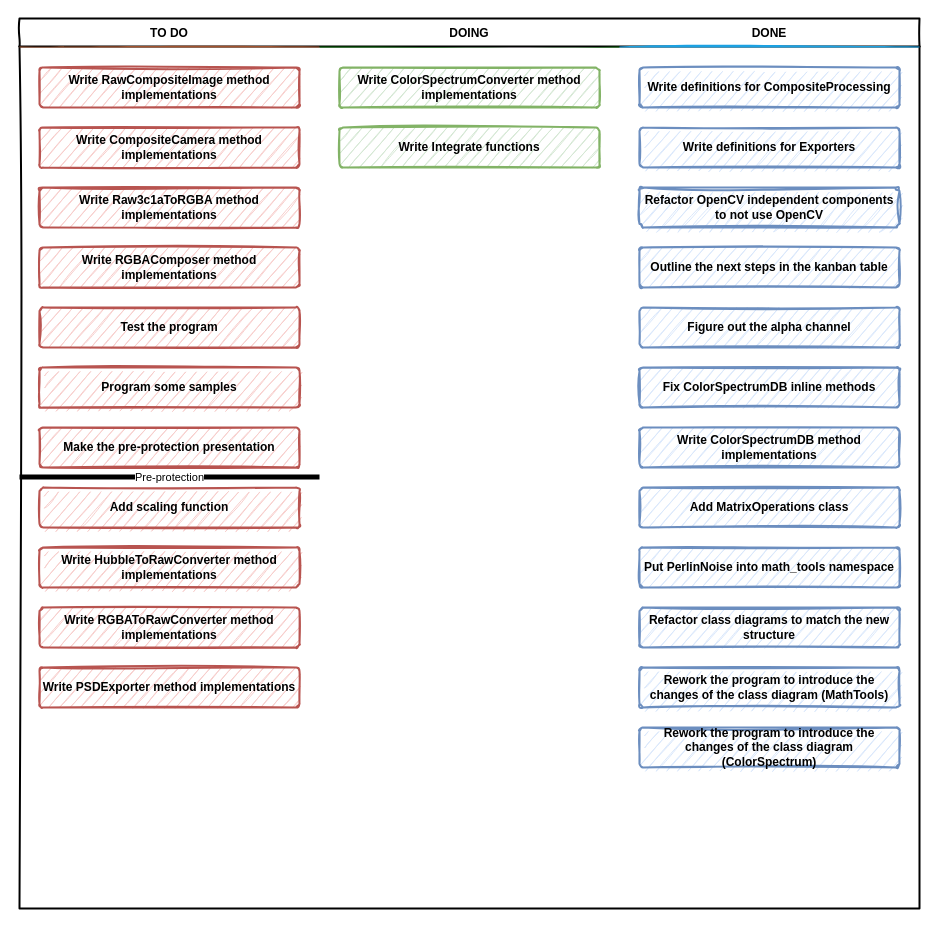
The draw.io diagram Docs/Kanban table.drawio in SpatiumOwl/ComplexSky-2.0, before the edit. Source tidied: cells renumbered, new cells numbered last; positions are measured from the earlier drawing's top-left corner, leaving out a move shared by most shapes. Both pictures are drawn from the tidied source at 100%, with x=0, y=0 at pixel (19, 18).
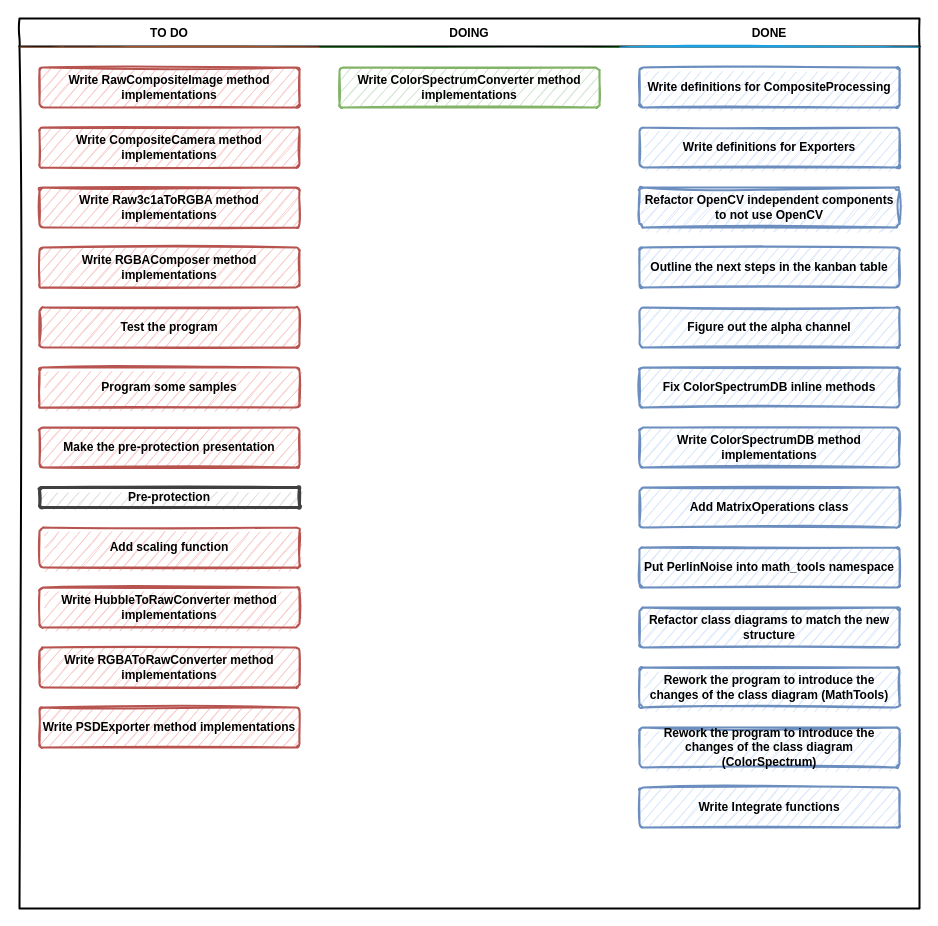
After the change.

Unchanged cells that the change refers to:
```xml
<mxCell id="3" value="TO DO" style="swimlane;strokeWidth=2;fontFamily=Permanent Marker;html=0;startSize=1;verticalAlign=bottom;spacingBottom=5;stackBorder=20;sketch=1;strokeColor=none;fillStyle=solid;fillColor=#A0522D;" parent="2" vertex="1">
  <mxGeometry y="28" width="300" height="862" as="geometry" />
</mxCell>
<mxCell id="16" value="DOING" style="swimlane;strokeWidth=2;fontFamily=Permanent Marker;html=0;startSize=1;verticalAlign=bottom;spacingBottom=5;stackBorder=20;sketch=1;strokeColor=none;fillStyle=solid;fillColor=#006600;" parent="2" vertex="1">
  <mxGeometry x="300" y="28" width="300" height="862" as="geometry" />
</mxCell>
<mxCell id="19" value="DONE" style="swimlane;strokeWidth=2;fontFamily=Permanent Marker;html=0;startSize=1;verticalAlign=bottom;spacingBottom=5;stackBorder=20;sketch=1;strokeColor=none;fillStyle=solid;fillColor=#1BA1E2;" parent="2" vertex="1">
  <mxGeometry x="600" y="28" width="300" height="862" as="geometry" />
</mxCell>
```

Diff of the diagram source:
```diff
@@
-    <mxCell id="11" value="Pre-protection" style="endArrow=none;html=1;rounded=0;strokeWidth=5;" parent="3" edge="1">
-      <mxGeometry relative="1" as="geometry">
-        <mxPoint y="430.5" as="sourcePoint" />
-        <mxPoint x="300" y="430.5" as="targetPoint" />
-      </mxGeometry>
+    <mxCell id="11" value="Pre-protection" style="whiteSpace=wrap;html=1;strokeWidth=3;fillColor=#E0E0E0;fontStyle=1;spacingTop=0;rounded=1;arcSize=9;sketch=1;fontFamily=Permanent Marker;hachureGap=8;fillWeight=1;strokeColor=#404040;imageHeight=15;" parent="3" vertex="1">
+      <mxGeometry x="20" y="441" width="260" height="20" as="geometry" />
     </mxCell>
     <mxCell id="12" value="Add scaling function" style="whiteSpace=wrap;html=1;strokeWidth=2;fillColor=#f8cecc;fontStyle=1;spacingTop=0;rounded=1;arcSize=9;sketch=1;fontFamily=Permanent Marker;hachureGap=8;fillWeight=1;strokeColor=#b85450;" parent="3" vertex="1">
-      <mxGeometry x="20" y="441" width="260" height="40" as="geometry" />
+      <mxGeometry x="20" y="481" width="260" height="40" as="geometry" />
     </mxCell>
     <mxCell id="13" value="Write HubbleToRawConverter method implementations" style="whiteSpace=wrap;html=1;strokeWidth=2;fillColor=#f8cecc;fontStyle=1;spacingTop=0;rounded=1;arcSize=9;sketch=1;fontFamily=Permanent Marker;hachureGap=8;fillWeight=1;strokeColor=#b85450;" parent="3" vertex="1">
-      <mxGeometry x="20" y="501" width="260" height="40" as="geometry" />
+      <mxGeometry x="20" y="541" width="260" height="40" as="geometry" />
     </mxCell>
     <mxCell id="14" value="Write RGBAToRawConverter method implementations" style="whiteSpace=wrap;html=1;strokeWidth=2;fillColor=#f8cecc;fontStyle=1;spacingTop=0;rounded=1;arcSize=9;sketch=1;fontFamily=Permanent Marker;hachureGap=8;fillWeight=1;strokeColor=#b85450;" parent="3" vertex="1">
-      <mxGeometry x="20" y="561" width="260" height="40" as="geometry" />
+      <mxGeometry x="20" y="601" width="260" height="40" as="geometry" />
     </mxCell>
     <mxCell id="15" value="Write PSDExporter method implementations" style="whiteSpace=wrap;html=1;strokeWidth=2;fillColor=#f8cecc;fontStyle=1;spacingTop=0;rounded=1;arcSize=9;sketch=1;fontFamily=Permanent Marker;hachureGap=8;fillWeight=1;strokeColor=#b85450;" parent="3" vertex="1">
-      <mxGeometry x="20" y="621" width="260" height="40" as="geometry" />
+      <mxGeometry x="20" y="661" width="260" height="40" as="geometry" />
     </mxCell>
@@
-    <mxCell id="18" value="Write Integrate functions" style="whiteSpace=wrap;html=1;strokeWidth=2;fillColor=#d5e8d4;fontStyle=1;spacingTop=0;rounded=1;arcSize=9;sketch=1;fontFamily=Permanent Marker;hachureGap=8;fillWeight=1;strokeColor=#82b366;" parent="16" vertex="1">
-      <mxGeometry x="20" y="81" width="260" height="40" as="geometry" />
-    </mxCell>
@@
+    <mxCell id="18" value="Write Integrate functions" style="whiteSpace=wrap;html=1;strokeWidth=2;fillColor=#dae8fc;fontStyle=1;spacingTop=0;rounded=1;arcSize=9;sketch=1;fontFamily=Permanent Marker;hachureGap=8;fillWeight=1;strokeColor=#6c8ebf;" parent="19" vertex="1">
+      <mxGeometry x="20" y="741" width="260" height="40" as="geometry" />
+    </mxCell>
```
